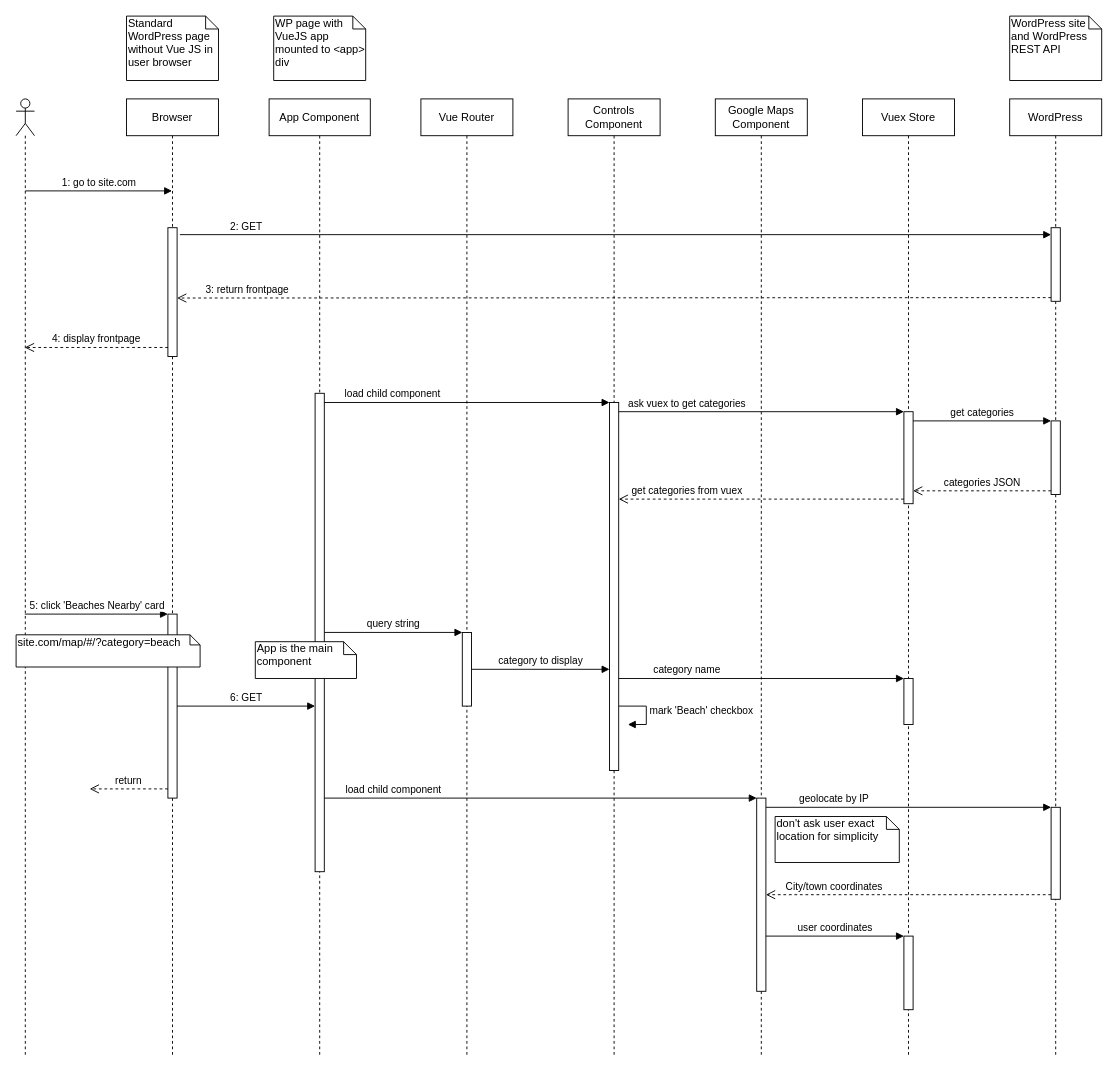
Earlier version of the draw.io diagram welcome-dog.drawio (kpoxo6op/docs). Source tidied: cells renumbered, new cells numbered last; positions are measured from the earlier drawing's top-left corner, leaving out a move shared by most shapes. Both pictures are drawn from the tidied source at 92%, with x=0, y=0 at pixel (16, 16).
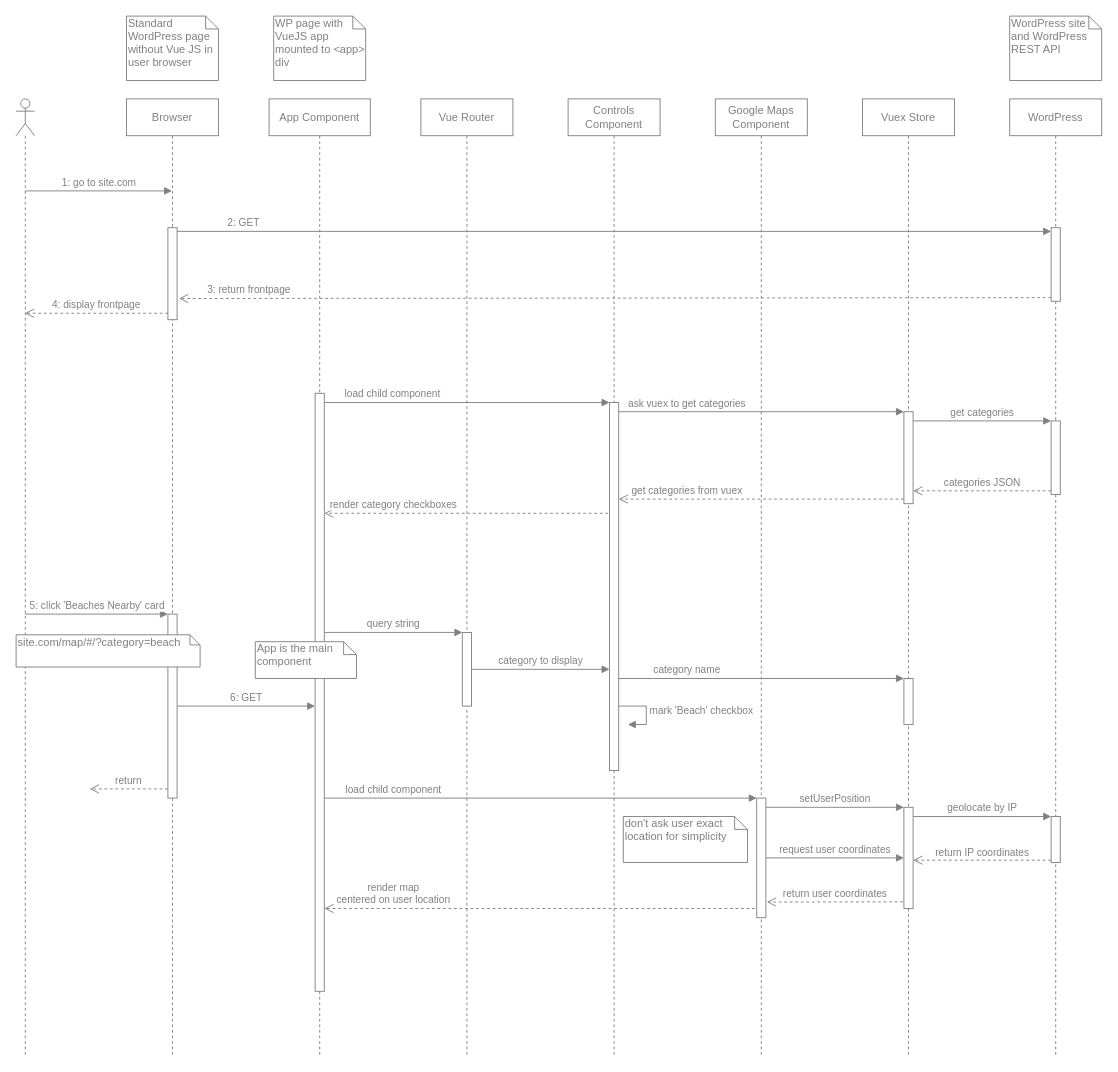
The same diagram, later.

Change to the diagram source:
```diff
@@
-    <mxCell id="2" value="WordPress site and WordPress REST API" style="shape=note;whiteSpace=wrap;html=1;size=14;verticalAlign=top;align=left;spacingTop=-6;" parent="1" vertex="1">
+    <mxCell id="2" value="WordPress site and WordPress REST API" style="shape=note;whiteSpace=wrap;html=1;size=14;verticalAlign=top;align=left;spacingTop=-6;fontColor=#808080;strokeColor=#808080;" parent="1" vertex="1">
       <mxGeometry x="1080" width="100" height="70" as="geometry" />
     </mxCell>
-    <mxCell id="3" value="Browser" style="shape=umlLifeline;perimeter=lifelinePerimeter;whiteSpace=wrap;html=1;outlineConnect=0;" parent="1" vertex="1">
+    <mxCell id="3" value="Browser" style="shape=umlLifeline;perimeter=lifelinePerimeter;whiteSpace=wrap;html=1;outlineConnect=0;fontColor=#808080;strokeColor=#808080;" parent="1" vertex="1">
       <mxGeometry x="120" y="90" width="100" height="1040" as="geometry" />
     </mxCell>
-    <mxCell id="4" style="html=1;points=[];perimeter=orthogonalPerimeter;" parent="3" vertex="1">
-      <mxGeometry x="45" y="140" width="10" height="140" as="geometry" />
+    <mxCell id="4" style="html=1;points=[];perimeter=orthogonalPerimeter;fontColor=#808080;strokeColor=#808080;" parent="3" vertex="1">
+      <mxGeometry x="45" y="140" width="10" height="100" as="geometry" />
     </mxCell>
-    <mxCell id="5" style="html=1;points=[];perimeter=orthogonalPerimeter;" parent="3" vertex="1">
+    <mxCell id="5" style="html=1;points=[];perimeter=orthogonalPerimeter;fontColor=#808080;strokeColor=#808080;" parent="3" vertex="1">
       <mxGeometry x="45" y="560" width="10" height="200" as="geometry" />
     </mxCell>
-    <mxCell id="6" value="return" style="html=1;verticalAlign=bottom;endArrow=open;dashed=1;endSize=8;exitX=0;exitY=0.95;" parent="3" edge="1" source="5">
+    <mxCell id="6" value="return" style="html=1;verticalAlign=bottom;endArrow=open;dashed=1;endSize=8;exitX=0;exitY=0.95;fontColor=#808080;strokeColor=#808080;" parent="3" edge="1" source="5">
       <mxGeometry relative="1" as="geometry">
         <mxPoint x="-40" y="750" as="targetPoint" />
       </mxGeometry>
     </mxCell>
-    <mxCell id="7" value="WordPress" style="shape=umlLifeline;perimeter=lifelinePerimeter;whiteSpace=wrap;html=1;" parent="1" vertex="1">
+    <mxCell id="7" value="WordPress" style="shape=umlLifeline;perimeter=lifelinePerimeter;whiteSpace=wrap;html=1;fontColor=#808080;strokeColor=#808080;" parent="1" vertex="1">
       <mxGeometry x="1080" y="90" width="100" height="1040" as="geometry" />
     </mxCell>
-    <mxCell id="8" style="html=1;points=[];perimeter=orthogonalPerimeter;" parent="7" vertex="1">
+    <mxCell id="8" style="html=1;points=[];perimeter=orthogonalPerimeter;fontColor=#808080;strokeColor=#808080;" parent="7" vertex="1">
       <mxGeometry x="45" y="140" width="10" height="80" as="geometry" />
     </mxCell>
-    <mxCell id="9" style="html=1;points=[];perimeter=orthogonalPerimeter;" parent="7" vertex="1">
-      <mxGeometry x="45" y="770" width="10" height="100" as="geometry" />
-    </mxCell>
-    <mxCell id="10" style="html=1;points=[];perimeter=orthogonalPerimeter;" parent="7" vertex="1">
+    <mxCell id="10" style="html=1;points=[];perimeter=orthogonalPerimeter;fontColor=#808080;strokeColor=#808080;" parent="7" vertex="1">
       <mxGeometry x="45" y="350" width="10" height="80" as="geometry" />
     </mxCell>
+    <mxCell id="48" style="html=1;points=[];perimeter=orthogonalPerimeter;fontColor=#808080;strokeColor=#808080;" parent="7" vertex="1">
+      <mxGeometry x="45" y="780" width="10" height="50" as="geometry" />
+    </mxCell>
-    <mxCell id="11" value="2: GET" style="html=1;verticalAlign=bottom;endArrow=block;exitX=1.297;exitY=0.054;exitDx=0;exitDy=0;exitPerimeter=0;" parent="1" edge="1" source="4" target="8">
+    <mxCell id="11" value="2: GET" style="html=1;verticalAlign=bottom;endArrow=block;fontColor=#808080;strokeColor=#808080;exitX=1;exitY=0.04;exitDx=0;exitDy=0;exitPerimeter=0;" parent="1" edge="1" source="4" target="8">
       <mxGeometry x="-0.85" relative="1" as="geometry">
         <mxPoint x="1" as="offset" />
       </mxGeometry>
     </mxCell>
-    <mxCell id="12" value="3: return frontpage" style="html=1;verticalAlign=bottom;endArrow=open;dashed=1;endSize=8;exitX=0;exitY=0.95;entryX=0.997;entryY=0.546;entryDx=0;entryDy=0;entryPerimeter=0;" parent="1" edge="1" source="8" target="4">
-      <mxGeometry x="0.84" relative="1" as="geometry" />
+    <mxCell id="12" value="3: return frontpage" style="html=1;verticalAlign=bottom;endArrow=open;dashed=1;endSize=8;exitX=0;exitY=0.95;fontColor=#808080;strokeColor=#808080;" parent="1" edge="1" source="8">
+      <mxGeometry x="0.84" relative="1" as="geometry">
+        <mxPoint x="177" y="307" as="targetPoint" />
+      </mxGeometry>
     </mxCell>
-    <mxCell id="13" value="Standard WordPress page without Vue JS in user browser" style="shape=note;whiteSpace=wrap;html=1;size=14;verticalAlign=top;align=left;spacingTop=-6;" parent="1" vertex="1">
+    <mxCell id="13" value="Standard WordPress page without Vue JS in user browser" style="shape=note;whiteSpace=wrap;html=1;size=14;verticalAlign=top;align=left;spacingTop=-6;fontColor=#808080;strokeColor=#808080;" parent="1" vertex="1">
       <mxGeometry x="120" width="100" height="70" as="geometry" />
     </mxCell>
-    <mxCell id="14" value="Vuex Store" style="shape=umlLifeline;perimeter=lifelinePerimeter;whiteSpace=wrap;html=1;" parent="1" vertex="1">
+    <mxCell id="14" value="Vuex Store" style="shape=umlLifeline;perimeter=lifelinePerimeter;whiteSpace=wrap;html=1;fontColor=#808080;strokeColor=#808080;" parent="1" vertex="1">
       <mxGeometry x="920" y="90" width="100" height="1040" as="geometry" />
     </mxCell>
-    <mxCell id="15" style="html=1;points=[];perimeter=orthogonalPerimeter;" parent="14" vertex="1">
+    <mxCell id="15" style="html=1;points=[];perimeter=orthogonalPerimeter;fontColor=#808080;strokeColor=#808080;" parent="14" vertex="1">
       <mxGeometry x="45" y="630" width="10" height="50" as="geometry" />
     </mxCell>
-    <mxCell id="16" style="html=1;points=[];perimeter=orthogonalPerimeter;" parent="14" vertex="1">
-      <mxGeometry x="45" y="910" width="10" height="80" as="geometry" />
-    </mxCell>
-    <mxCell id="17" style="html=1;points=[];perimeter=orthogonalPerimeter;" parent="14" vertex="1">
+    <mxCell id="17" style="html=1;points=[];perimeter=orthogonalPerimeter;fontColor=#808080;strokeColor=#808080;" parent="14" vertex="1">
       <mxGeometry x="45" y="340" width="10" height="100" as="geometry" />
     </mxCell>
+    <mxCell id="9" style="html=1;points=[];perimeter=orthogonalPerimeter;fontColor=#808080;strokeColor=#808080;" parent="14" vertex="1">
+      <mxGeometry x="45" y="770" width="10" height="110" as="geometry" />
+    </mxCell>
-    <mxCell id="18" value="Vue Router" style="shape=umlLifeline;perimeter=lifelinePerimeter;whiteSpace=wrap;html=1;" parent="1" vertex="1">
+    <mxCell id="18" value="Vue Router" style="shape=umlLifeline;perimeter=lifelinePerimeter;whiteSpace=wrap;html=1;fontColor=#808080;strokeColor=#808080;" parent="1" vertex="1">
       <mxGeometry x="440" y="90" width="100" height="1040" as="geometry" />
     </mxCell>
-    <mxCell id="19" style="html=1;points=[];perimeter=orthogonalPerimeter;" parent="18" vertex="1">
+    <mxCell id="19" style="html=1;points=[];perimeter=orthogonalPerimeter;fontColor=#808080;strokeColor=#808080;" parent="18" vertex="1">
       <mxGeometry x="45" y="580" width="10" height="80" as="geometry" />
     </mxCell>
-    <mxCell id="20" value="Controls Component" style="shape=umlLifeline;perimeter=lifelinePerimeter;whiteSpace=wrap;html=1;" parent="1" vertex="1">
+    <mxCell id="20" value="Controls Component" style="shape=umlLifeline;perimeter=lifelinePerimeter;whiteSpace=wrap;html=1;fontColor=#808080;strokeColor=#808080;" parent="1" vertex="1">
       <mxGeometry x="600" y="90" width="100" height="1040" as="geometry" />
     </mxCell>
-    <mxCell id="21" style="html=1;points=[];perimeter=orthogonalPerimeter;" parent="20" vertex="1">
+    <mxCell id="21" style="html=1;points=[];perimeter=orthogonalPerimeter;fontColor=#808080;strokeColor=#808080;" parent="20" vertex="1">
       <mxGeometry x="45" y="330" width="10" height="400" as="geometry" />
     </mxCell>
-    <mxCell id="22" value="mark 'Beach' checkbox" style="edgeStyle=orthogonalEdgeStyle;html=1;align=left;spacingLeft=2;endArrow=block;rounded=0;entryX=1;entryY=0;" parent="20" edge="1" source="21">
+    <mxCell id="22" value="mark 'Beach' checkbox" style="edgeStyle=orthogonalEdgeStyle;html=1;align=left;spacingLeft=2;endArrow=block;rounded=0;entryX=1;entryY=0;fontColor=#808080;strokeColor=#808080;" parent="20" edge="1" source="21">
       <mxGeometry relative="1" as="geometry">
         <mxPoint x="65" y="680" as="targetPoint" />
         <Array as="points">
           <mxPoint x="85" y="660" />
           <mxPoint x="85" y="680" />
         </Array>
       </mxGeometry>
     </mxCell>
-    <mxCell id="23" value="Google Maps Component" style="shape=umlLifeline;perimeter=lifelinePerimeter;whiteSpace=wrap;html=1;" parent="1" vertex="1">
+    <mxCell id="23" value="Google Maps Component" style="shape=umlLifeline;perimeter=lifelinePerimeter;whiteSpace=wrap;html=1;fontColor=#808080;strokeColor=#808080;" parent="1" vertex="1">
       <mxGeometry x="760" y="90" width="100" height="1040" as="geometry" />
     </mxCell>
-    <mxCell id="24" style="html=1;points=[];perimeter=orthogonalPerimeter;" parent="23" vertex="1">
-      <mxGeometry x="45" y="760" width="10" height="210" as="geometry" />
+    <mxCell id="24" style="html=1;points=[];perimeter=orthogonalPerimeter;fontColor=#808080;strokeColor=#808080;" parent="23" vertex="1">
+      <mxGeometry x="45" y="760" width="10" height="130" as="geometry" />
     </mxCell>
-    <mxCell id="25" value="category to display" style="html=1;verticalAlign=bottom;endArrow=block;" parent="1" edge="1" source="19" target="21">
+    <mxCell id="25" value="category to display" style="html=1;verticalAlign=bottom;endArrow=block;fontColor=#808080;strokeColor=#808080;" parent="1" edge="1" source="19" target="21">
       <mxGeometry relative="1" as="geometry" />
     </mxCell>
-    <mxCell id="26" style="shape=umlLifeline;participant=umlActor;perimeter=lifelinePerimeter;whiteSpace=wrap;html=1;verticalAlign=top;spacingTop=36;outlineConnect=0;" parent="1" vertex="1">
+    <mxCell id="26" style="shape=umlLifeline;participant=umlActor;perimeter=lifelinePerimeter;whiteSpace=wrap;html=1;verticalAlign=top;spacingTop=36;outlineConnect=0;fontColor=#808080;strokeColor=#808080;" parent="1" vertex="1">
       <mxGeometry y="90" width="20" height="1040" as="geometry" />
     </mxCell>
-    <mxCell id="27" value="1: go to site.com" style="html=1;verticalAlign=bottom;endArrow=block;" parent="26" edge="1" target="3">
+    <mxCell id="27" value="1: go to site.com" style="html=1;verticalAlign=bottom;endArrow=block;fontColor=#808080;strokeColor=#808080;" parent="26" edge="1" target="3">
       <mxGeometry relative="1" as="geometry">
         <mxPoint x="10" y="100" as="sourcePoint" />
       </mxGeometry>
     </mxCell>
-    <mxCell id="28" value="query string" style="html=1;verticalAlign=bottom;endArrow=block;entryX=0.004;entryY=-0.001;entryDx=0;entryDy=0;entryPerimeter=0;" parent="1" edge="1" source="33" target="19">
+    <mxCell id="28" value="query string" style="html=1;verticalAlign=bottom;endArrow=block;entryX=0.004;entryY=-0.001;entryDx=0;entryDy=0;entryPerimeter=0;fontColor=#808080;strokeColor=#808080;" parent="1" edge="1" source="33" target="19">
       <mxGeometry relative="1" as="geometry" />
     </mxCell>
-    <mxCell id="29" value="4: display frontpage" style="html=1;verticalAlign=bottom;endArrow=open;dashed=1;endSize=8;exitX=0.014;exitY=0.93;exitDx=0;exitDy=0;exitPerimeter=0;" parent="1" edge="1" source="4" target="26">
+    <mxCell id="29" value="4: display frontpage" style="html=1;verticalAlign=bottom;endArrow=open;dashed=1;endSize=8;exitX=0.014;exitY=0.93;exitDx=0;exitDy=0;exitPerimeter=0;fontColor=#808080;strokeColor=#808080;" parent="1" edge="1" source="4" target="26">
       <mxGeometry relative="1" as="geometry" />
     </mxCell>
-    <mxCell id="30" value="5: click 'Beaches Nearby' card" style="html=1;verticalAlign=bottom;endArrow=block;entryX=0;entryY=0;" parent="1" edge="1" source="26" target="5">
+    <mxCell id="30" value="5: click 'Beaches Nearby' card" style="html=1;verticalAlign=bottom;endArrow=block;entryX=0;entryY=0;fontColor=#808080;strokeColor=#808080;" parent="1" edge="1" source="26" target="5">
       <mxGeometry relative="1" as="geometry" />
     </mxCell>
-    <mxCell id="31" value="category name" style="html=1;verticalAlign=bottom;endArrow=block;entryX=0;entryY=0;" parent="1" edge="1" source="21" target="15">
+    <mxCell id="31" value="category name" style="html=1;verticalAlign=bottom;endArrow=block;entryX=0;entryY=0;fontColor=#808080;strokeColor=#808080;" parent="1" edge="1" source="21" target="15">
       <mxGeometry x="-0.52" relative="1" as="geometry" />
     </mxCell>
-    <mxCell id="32" value="App Component" style="shape=umlLifeline;perimeter=lifelinePerimeter;whiteSpace=wrap;html=1;" parent="1" vertex="1">
+    <mxCell id="32" value="App Component" style="shape=umlLifeline;perimeter=lifelinePerimeter;whiteSpace=wrap;html=1;fontColor=#808080;strokeColor=#808080;" parent="1" vertex="1">
       <mxGeometry x="275" y="90" width="110" height="1040" as="geometry" />
     </mxCell>
-    <mxCell id="33" style="html=1;points=[];perimeter=orthogonalPerimeter;" parent="32" vertex="1">
-      <mxGeometry x="50" y="320" width="10" height="520" as="geometry" />
+    <mxCell id="33" style="html=1;points=[];perimeter=orthogonalPerimeter;fontColor=#808080;strokeColor=#808080;" parent="32" vertex="1">
+      <mxGeometry x="50" y="320" width="10" height="650" as="geometry" />
     </mxCell>
-    <mxCell id="34" value="App is the main component" style="shape=note;whiteSpace=wrap;html=1;size=14;verticalAlign=top;align=left;spacingTop=-6;" parent="32" vertex="1">
+    <mxCell id="34" value="App is the main component" style="shape=note;whiteSpace=wrap;html=1;size=14;verticalAlign=top;align=left;spacingTop=-6;fontColor=#808080;strokeColor=#808080;" parent="32" vertex="1">
       <mxGeometry x="-15" y="590" width="110" height="40" as="geometry" />
     </mxCell>
-    <mxCell id="35" value="WP page with VueJS app mounted to &amp;lt;app&amp;gt; div" style="shape=note;whiteSpace=wrap;html=1;size=14;verticalAlign=top;align=left;spacingTop=-6;" parent="1" vertex="1">
+    <mxCell id="35" value="WP page with VueJS app mounted to &amp;lt;app&amp;gt; div" style="shape=note;whiteSpace=wrap;html=1;size=14;verticalAlign=top;align=left;spacingTop=-6;fontColor=#808080;strokeColor=#808080;" parent="1" vertex="1">
       <mxGeometry x="280" width="100" height="70" as="geometry" />
     </mxCell>
-    <mxCell id="36" value="6: GET" style="html=1;verticalAlign=bottom;endArrow=block;" parent="1" edge="1" source="5" target="33">
+    <mxCell id="36" value="6: GET" style="html=1;verticalAlign=bottom;endArrow=block;fontColor=#808080;strokeColor=#808080;" parent="1" edge="1" source="5" target="33">
       <mxGeometry relative="1" as="geometry" />
     </mxCell>
-    <mxCell id="37" value="site.com/map/#/?category=beach" style="shape=note;whiteSpace=wrap;html=1;size=11;verticalAlign=top;align=left;spacingTop=-6;" parent="1" vertex="1">
+    <mxCell id="37" value="site.com/map/#/?category=beach" style="shape=note;whiteSpace=wrap;html=1;size=11;verticalAlign=top;align=left;spacingTop=-6;fontColor=#808080;strokeColor=#808080;" parent="1" vertex="1">
       <mxGeometry y="672.5" width="200" height="35" as="geometry" />
     </mxCell>
-    <mxCell id="38" value="load child component" style="html=1;verticalAlign=bottom;endArrow=block;entryX=0;entryY=0;" parent="1" edge="1" source="33" target="24">
+    <mxCell id="38" value="load child component" style="html=1;verticalAlign=bottom;endArrow=block;entryX=0;entryY=0;fontColor=#808080;strokeColor=#808080;" parent="1" edge="1" source="33" target="24">
       <mxGeometry x="-0.68" relative="1" as="geometry" />
     </mxCell>
-    <mxCell id="39" value="geolocate by IP" style="html=1;verticalAlign=bottom;endArrow=block;entryX=0;entryY=0;" parent="1" edge="1" source="24" target="9">
-      <mxGeometry x="-0.52" relative="1" as="geometry" />
+    <mxCell id="39" value="setUserPosition" style="html=1;verticalAlign=bottom;endArrow=block;entryX=0;entryY=0;fontColor=#808080;strokeColor=#808080;" parent="1" edge="1" source="24" target="9">
+      <mxGeometry relative="1" as="geometry" />
     </mxCell>
-    <mxCell id="40" value="City/town coordinates" style="html=1;verticalAlign=bottom;endArrow=open;dashed=1;endSize=8;exitX=0;exitY=0.95;" parent="1" edge="1" source="9" target="24">
-      <mxGeometry x="0.52" relative="1" as="geometry" />
-    </mxCell>
-    <mxCell id="41" value="don't ask user exact location for simplicity" style="shape=note;whiteSpace=wrap;html=1;size=14;verticalAlign=top;align=left;spacingTop=-6;" parent="1" vertex="1">
-      <mxGeometry x="825" y="870" width="135" height="50" as="geometry" />
+    <mxCell id="41" value="don't ask user exact location for simplicity" style="shape=note;whiteSpace=wrap;html=1;size=14;verticalAlign=top;align=left;spacingTop=-6;fontColor=#808080;strokeColor=#808080;" parent="1" vertex="1">
+      <mxGeometry x="660" y="870" width="135" height="50" as="geometry" />
     </mxCell>
-    <mxCell id="42" value="user coordinates" style="html=1;verticalAlign=bottom;endArrow=block;entryX=0;entryY=0;" parent="1" edge="1" source="24" target="16">
+    <mxCell id="42" value="request user coordinates" style="html=1;verticalAlign=bottom;endArrow=block;fontColor=#808080;strokeColor=#808080;" parent="1" edge="1" source="24" target="9">
       <mxGeometry relative="1" as="geometry" />
     </mxCell>
-    <mxCell id="43" value="load child component" style="html=1;verticalAlign=bottom;endArrow=block;" parent="1" edge="1" target="21">
+    <mxCell id="43" value="load child component" style="html=1;verticalAlign=bottom;endArrow=block;fontColor=#808080;strokeColor=#808080;" parent="1" edge="1" target="21">
       <mxGeometry x="-0.52" relative="1" as="geometry">
         <mxPoint x="335" y="420" as="sourcePoint" />
       </mxGeometry>
     </mxCell>
-    <mxCell id="44" value="ask vuex to get categories" style="html=1;verticalAlign=bottom;endArrow=block;entryX=0;entryY=0;" parent="1" edge="1" source="21" target="17">
+    <mxCell id="44" value="ask vuex to get categories" style="html=1;verticalAlign=bottom;endArrow=block;entryX=0;entryY=0;fontColor=#808080;strokeColor=#808080;" parent="1" edge="1" source="21" target="17">
       <mxGeometry x="-0.52" relative="1" as="geometry" />
     </mxCell>
-    <mxCell id="45" value="get categories" style="html=1;verticalAlign=bottom;endArrow=block;entryX=0;entryY=0;" parent="1" edge="1" source="17" target="10">
+    <mxCell id="45" value="get categories" style="html=1;verticalAlign=bottom;endArrow=block;entryX=0;entryY=0;fontColor=#808080;strokeColor=#808080;" parent="1" edge="1" source="17" target="10">
       <mxGeometry relative="1" as="geometry" />
     </mxCell>
-    <mxCell id="46" value="categories JSON" style="html=1;verticalAlign=bottom;endArrow=open;dashed=1;endSize=8;exitX=0;exitY=0.95;" parent="1" edge="1" source="10" target="17">
+    <mxCell id="46" value="categories JSON" style="html=1;verticalAlign=bottom;endArrow=open;dashed=1;endSize=8;exitX=0;exitY=0.95;fontColor=#808080;strokeColor=#808080;" parent="1" edge="1" source="10" target="17">
       <mxGeometry relative="1" as="geometry" />
     </mxCell>
-    <mxCell id="47" value="get categories from vuex" style="html=1;verticalAlign=bottom;endArrow=open;dashed=1;endSize=8;exitX=0;exitY=0.95;" parent="1" edge="1" source="17" target="21">
+    <mxCell id="47" value="get categories from vuex" style="html=1;verticalAlign=bottom;endArrow=open;dashed=1;endSize=8;exitX=0;exitY=0.95;fontColor=#808080;strokeColor=#808080;" parent="1" edge="1" source="17" target="21">
       <mxGeometry x="0.52" relative="1" as="geometry" />
     </mxCell>
+    <mxCell id="49" value="render category checkboxes" style="html=1;verticalAlign=bottom;endArrow=open;dashed=1;endSize=8;exitX=-0.152;exitY=0.301;exitDx=0;exitDy=0;exitPerimeter=0;fontColor=#808080;strokeColor=#808080;" parent="1" edge="1" source="21" target="33">
+      <mxGeometry x="0.51" relative="1" as="geometry" />
+    </mxCell>
+    <mxCell id="50" value="geolocate by IP" style="html=1;verticalAlign=bottom;endArrow=block;entryX=0;entryY=0;fontColor=#808080;strokeColor=#808080;" parent="1" edge="1" source="9" target="48">
+      <mxGeometry relative="1" as="geometry" />
+    </mxCell>
+    <mxCell id="51" value="return IP coordinates" style="html=1;verticalAlign=bottom;endArrow=open;dashed=1;endSize=8;exitX=0;exitY=0.95;fontColor=#808080;strokeColor=#808080;" parent="1" edge="1" source="48" target="9">
+      <mxGeometry relative="1" as="geometry" />
+    </mxCell>
+    <mxCell id="52" value="return user coordinates" style="html=1;verticalAlign=bottom;endArrow=open;dashed=1;endSize=8;exitX=-0.105;exitY=0.934;exitDx=0;exitDy=0;exitPerimeter=0;fontColor=#808080;strokeColor=#808080;" parent="1" edge="1" source="9">
+      <mxGeometry relative="1" as="geometry">
+        <mxPoint x="816" y="963" as="targetPoint" />
+      </mxGeometry>
+    </mxCell>
+    <mxCell id="53" value="&lt;div&gt;render map&lt;/div&gt;&lt;div&gt; centered on user location&lt;/div&gt;" style="html=1;verticalAlign=bottom;endArrow=open;dashed=1;endSize=8;fontColor=#808080;strokeColor=#808080;" parent="1" edge="1" target="33">
+      <mxGeometry x="0.68" relative="1" as="geometry">
+        <mxPoint x="803" y="970" as="sourcePoint" />
+      </mxGeometry>
+    </mxCell>
```
